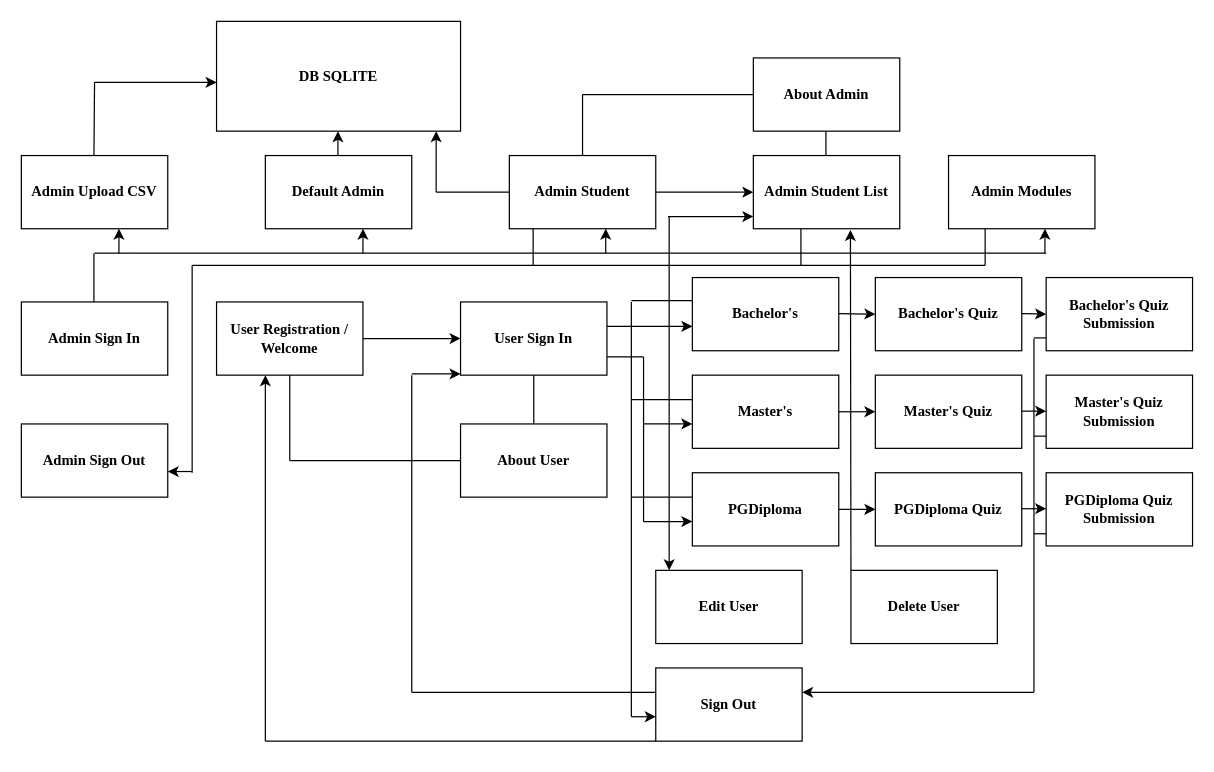
Above: QuizzDynamoApp.drawio in x23203595/QuizzDynamo (draw.io), before the change. Source tidied: cells renumbered, new cells numbered last; positions are measured from the earlier drawing's top-left corner, leaving out a move shared by most shapes. Both pictures are drawn from the tidied source at 122%, with x=0, y=0 at pixel (21, 21).
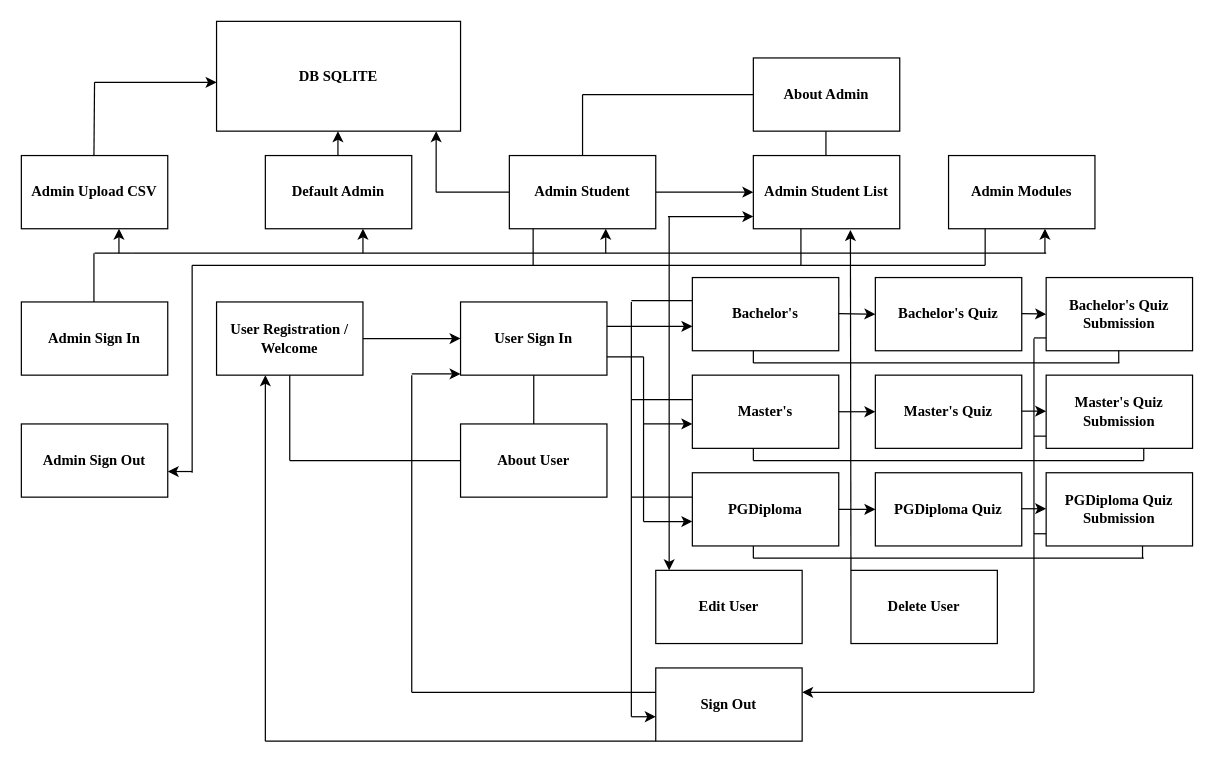
Above is the later version.

Diff of the diagram source:
```diff
@@
+    <mxCell id="83" style="endArrow=none;html=1;rounded=0;" parent="1" edge="1">
+      <mxGeometry relative="1" as="geometry">
+        <mxPoint x="899.5" y="280" as="sourcePoint" />
+        <mxPoint x="899.5" y="270" as="targetPoint" />
+      </mxGeometry>
+    </mxCell>
+    <mxCell id="84" style="endArrow=none;html=1;rounded=0;" parent="1" edge="1">
+      <mxGeometry relative="1" as="geometry">
+        <mxPoint x="600" y="280" as="sourcePoint" />
+        <mxPoint x="900" y="280" as="targetPoint" />
+      </mxGeometry>
+    </mxCell>
+    <mxCell id="85" style="endArrow=none;html=1;rounded=0;" parent="1" edge="1">
+      <mxGeometry relative="1" as="geometry">
+        <mxPoint x="600" y="360" as="sourcePoint" />
+        <mxPoint x="920" y="360" as="targetPoint" />
+      </mxGeometry>
+    </mxCell>
+    <mxCell id="86" style="endArrow=none;html=1;rounded=0;" parent="1" edge="1">
+      <mxGeometry relative="1" as="geometry">
+        <mxPoint x="920" y="360" as="sourcePoint" />
+        <mxPoint x="920" y="350" as="targetPoint" />
+      </mxGeometry>
+    </mxCell>
+    <mxCell id="87" style="endArrow=none;html=1;rounded=0;" parent="1" edge="1">
+      <mxGeometry relative="1" as="geometry">
+        <mxPoint x="600" y="360" as="sourcePoint" />
+        <mxPoint x="600" y="350" as="targetPoint" />
+      </mxGeometry>
+    </mxCell>
+    <mxCell id="88" style="endArrow=none;html=1;rounded=0;" parent="1" edge="1">
+      <mxGeometry relative="1" as="geometry">
+        <mxPoint x="600" y="280" as="sourcePoint" />
+        <mxPoint x="600" y="270" as="targetPoint" />
+      </mxGeometry>
+    </mxCell>
+    <mxCell id="89" style="endArrow=none;html=1;rounded=0;" parent="1" edge="1">
+      <mxGeometry relative="1" as="geometry">
+        <mxPoint x="600" y="440" as="sourcePoint" />
+        <mxPoint x="600" y="430" as="targetPoint" />
+      </mxGeometry>
+    </mxCell>
+    <mxCell id="90" style="endArrow=none;html=1;rounded=0;" parent="1" edge="1">
+      <mxGeometry relative="1" as="geometry">
+        <mxPoint x="600" y="440" as="sourcePoint" />
+        <mxPoint x="920" y="440" as="targetPoint" />
+      </mxGeometry>
+    </mxCell>
+    <mxCell id="91" style="endArrow=none;html=1;rounded=0;" parent="1" edge="1">
+      <mxGeometry relative="1" as="geometry">
+        <mxPoint x="919" y="440" as="sourcePoint" />
+        <mxPoint x="919" y="430" as="targetPoint" />
+      </mxGeometry>
+    </mxCell>
```
